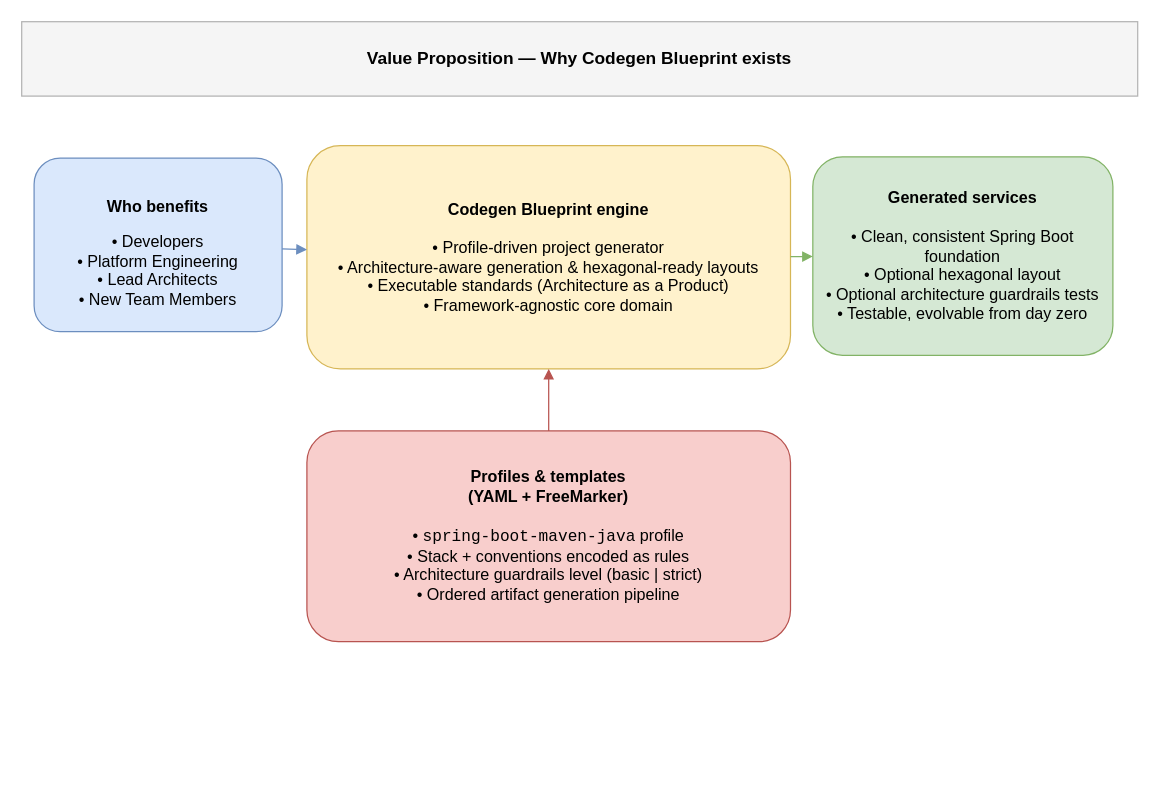
The draw.io diagram docs/diagrams/value-proposition.drawio in blueprint-platform/codegen-blueprint, before the edit. Source tidied: cells renumbered, new cells numbered last; positions are measured from the earlier drawing's top-left corner, leaving out a move shared by most shapes. Both pictures are drawn from the tidied source at 124%, with x=0, y=0 at pixel (21, 21).
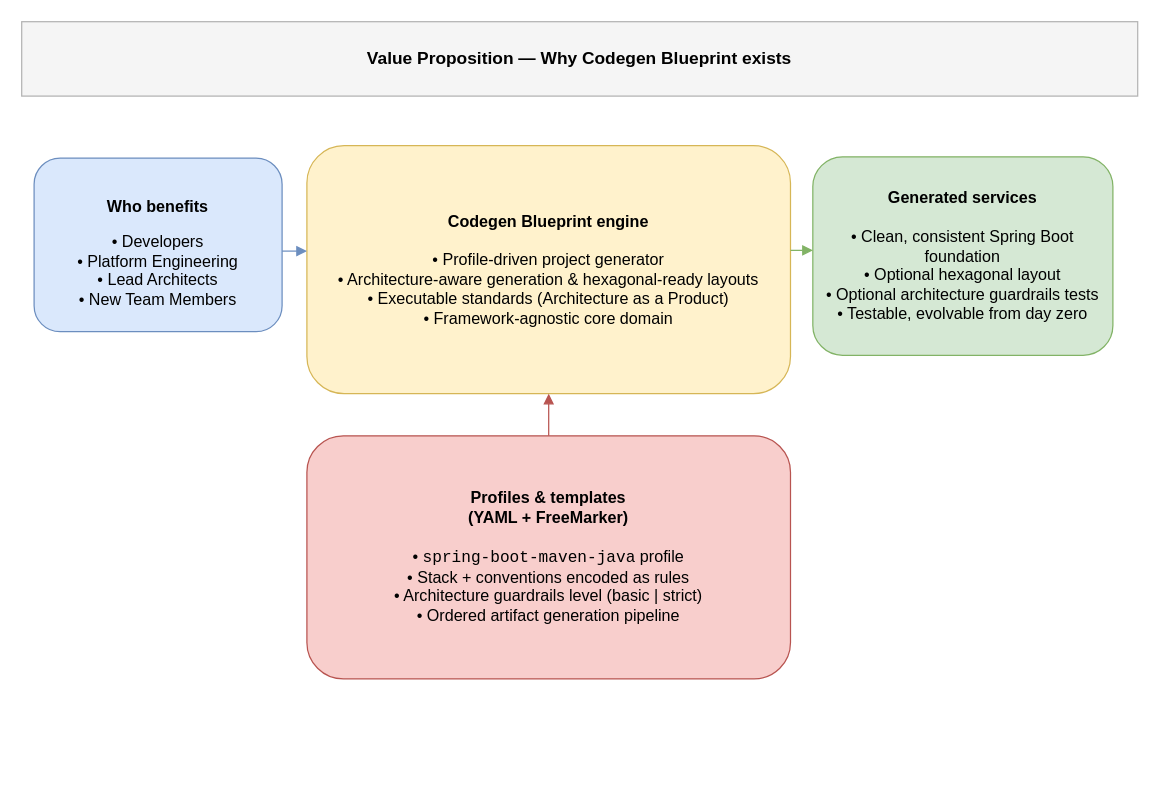
After the change.

Commit message (it also covers changes not shown here):
chore(docs): remove excess whitespace in value proposition diagram

Cleaned up unnecessary empty space in value-proposition.drawio and regenerated value-proposition.png for better visual balance and readability in documentation.

Diff of the diagram source:
```diff
@@
 <mxGraphModel>
   <root>
     <mxCell id="0" />
     <mxCell id="1" parent="0" />
     <mxCell id="2" value="&lt;p class=&quot;p1&quot;&gt;&lt;b&gt;Who benefits&lt;/b&gt;&lt;/p&gt;• Developers&lt;br&gt;• Platform Engineering&lt;br&gt;• Lead Architects&lt;br&gt;• New Team Members" style="rounded=1;whiteSpace=wrap;html=1;fillColor=#dae8fc;strokeColor=#6c8ebf;fontSize=13;" parent="1" vertex="1">
       <mxGeometry x="10" y="110" width="200" height="140" as="geometry" />
     </mxCell>
     <mxCell id="3" value="&lt;b&gt;Codegen Blueprint engine&lt;/b&gt;&lt;br&gt;&lt;br&gt;• &lt;span style=&quot;background-color: transparent;&quot;&gt;Profile-driven project generator&lt;/span&gt;&lt;div&gt;• Architecture-aware generation&amp;nbsp;&lt;span style=&quot;background-color: transparent; color: light-dark(rgb(0, 0, 0), rgb(255, 255, 255));&quot;&gt;&amp;amp; hexagonal-ready layouts&lt;/span&gt;&lt;/div&gt;&lt;div&gt;• Executable standards (Architecture as a Product)&lt;/div&gt;&lt;div&gt;• Framework-agnostic core domain&lt;/div&gt;" style="rounded=1;whiteSpace=wrap;html=1;fillColor=#fff2cc;strokeColor=#d6b656;fontSize=13;" parent="1" vertex="1">
-      <mxGeometry x="230" y="100" width="390" height="180" as="geometry" />
+      <mxGeometry x="230" y="100" width="390" height="200" as="geometry" />
     </mxCell>
     <mxCell id="4" value="&lt;b&gt;Profiles &amp;amp; templates&lt;/b&gt;&lt;div&gt;&lt;b&gt;(YAML + FreeMarker)&lt;/b&gt;&lt;/div&gt;&lt;div&gt;&lt;br&gt;• &lt;code&gt;spring-boot-maven-java&lt;/code&gt; profile&lt;br&gt;• Stack + conventions encoded as rules&lt;/div&gt;&lt;div&gt;• Architecture guardrails level&amp;nbsp;&lt;span style=&quot;background-color: transparent; color: light-dark(rgb(0, 0, 0), rgb(255, 255, 255));&quot;&gt;(basic | strict)&lt;/span&gt;&lt;/div&gt;&lt;div&gt;• Ordered artifact generation pipeline&lt;br&gt;&lt;/div&gt;" style="rounded=1;whiteSpace=wrap;html=1;fillColor=#f8cecc;strokeColor=#b85450;fontSize=13;" parent="1" vertex="1">
-      <mxGeometry x="230" y="330" width="390" height="170" as="geometry" />
+      <mxGeometry x="230" y="334" width="390" height="196" as="geometry" />
     </mxCell>
     <mxCell id="5" value="&lt;b&gt;Generated services&lt;/b&gt;&lt;div&gt;&lt;b&gt;&lt;br&gt;&lt;/b&gt;&lt;div&gt;• &lt;span style=&quot;background-color: transparent;&quot;&gt;Clean, consistent Spring Boot foundation&lt;/span&gt;&lt;/div&gt;&lt;div&gt;• Optional hexagonal layout&lt;/div&gt;&lt;div&gt;• Optional architecture guardrails tests&lt;/div&gt;&lt;div&gt;• Testable, evolvable from day zero&lt;/div&gt;&lt;/div&gt;" style="rounded=1;whiteSpace=wrap;html=1;fillColor=#d5e8d4;strokeColor=#82b366;fontSize=13;" parent="1" vertex="1">
       <mxGeometry x="638" y="109" width="242" height="160" as="geometry" />
     </mxCell>
     <mxCell id="6" value="&lt;p class=&quot;p1&quot;&gt;Value Proposition — Why Codegen Blueprint exists&lt;/p&gt;" style="rounded=0;whiteSpace=wrap;html=1;fillColor=#f5f5f5;strokeColor=#b3b3b3;fontStyle=1;fontSize=14;align=center;verticalAlign=middle;" parent="1" vertex="1">
       <mxGeometry width="900" height="60" as="geometry" />
     </mxCell>
-    <mxCell id="7" style="endArrow=block;html=1;rounded=0;strokeColor=#6c8ebf;" parent="1" edge="1" source="2" target="3">
-      <mxGeometry relative="1" as="geometry" />
+    <mxCell id="7" style="endArrow=block;html=1;rounded=0;strokeColor=#6c8ebf;" parent="1" edge="1">
+      <mxGeometry relative="1" as="geometry">
+        <mxPoint x="210" y="185" as="sourcePoint" />
+        <mxPoint x="230" y="185" as="targetPoint" />
+      </mxGeometry>
     </mxCell>
     <mxCell id="8" style="endArrow=block;html=1;rounded=0;strokeColor=#b85450;" parent="1" edge="1" source="4" target="3">
       <mxGeometry relative="1" as="geometry" />
     </mxCell>
-    <mxCell id="9" style="endArrow=block;html=1;rounded=0;strokeColor=#82b366;" parent="1" edge="1" source="3" target="5">
-      <mxGeometry relative="1" as="geometry" />
+    <mxCell id="9" style="endArrow=block;html=1;rounded=0;strokeColor=#82b366;" parent="1" edge="1">
+      <mxGeometry relative="1" as="geometry">
+        <mxPoint x="620" y="184.4" as="sourcePoint" />
+        <mxPoint x="638" y="184.4" as="targetPoint" />
+      </mxGeometry>
     </mxCell>
-    <mxCell id="10" value="&lt;div&gt;&lt;br&gt;&lt;/div&gt;&lt;div&gt;&lt;br&gt;&lt;/div&gt;&lt;div&gt;&lt;br&gt;&lt;/div&gt;&lt;div&gt;&lt;br&gt;&lt;/div&gt;&lt;div&gt;&lt;br&gt;&lt;/div&gt;&lt;div&gt;&lt;br&gt;&lt;/div&gt;&lt;div&gt;&lt;br&gt;&lt;/div&gt;&lt;div&gt;&lt;br&gt;&lt;/div&gt;&lt;div&gt;&lt;br&gt;&lt;/div&gt;&lt;div&gt;&lt;br&gt;&lt;/div&gt;&lt;div&gt;&lt;br&gt;&lt;/div&gt;&lt;div&gt;&lt;br&gt;&lt;/div&gt;&lt;div&gt;&lt;br&gt;&lt;/div&gt;" style="text;strokeColor=none;align=center;fillColor=none;html=1;verticalAlign=middle;whiteSpace=wrap;rounded=0;" parent="1" vertex="1">
-      <mxGeometry x="40" y="501" width="820" height="40" as="geometry" />
-    </mxCell>
+    <mxCell id="11" value="&amp;nbsp; &amp;nbsp;&lt;div&gt;&lt;br&gt;&lt;/div&gt;&lt;div&gt;&lt;br&gt;&lt;/div&gt;&lt;div&gt;&lt;br&gt;&lt;/div&gt;" style="text;strokeColor=none;align=center;fillColor=none;html=1;verticalAlign=middle;whiteSpace=wrap;rounded=0;" parent="1" vertex="1">
+      <mxGeometry x="330" y="535" width="210" height="25" as="geometry" />
+    </mxCell>
   </root>
 </mxGraphModel>
```
